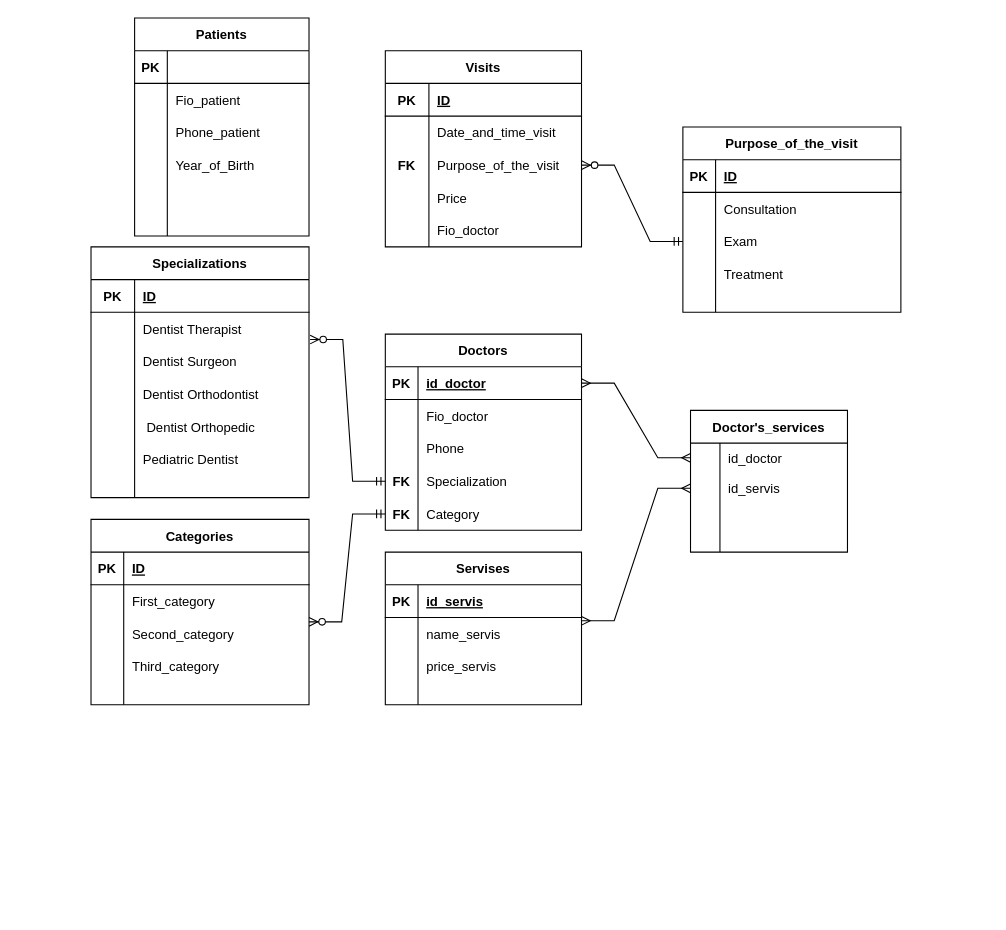
Earlier version of the draw.io diagram stomatology_clinic.drawio (Palych1111/stomatology). Source tidied: cells renumbered, new cells numbered last; positions are measured from the earlier drawing's top-left corner, leaving out a move shared by most shapes. Both pictures are drawn from the tidied source at 109%, with x=0, y=0 at pixel (90, 17).
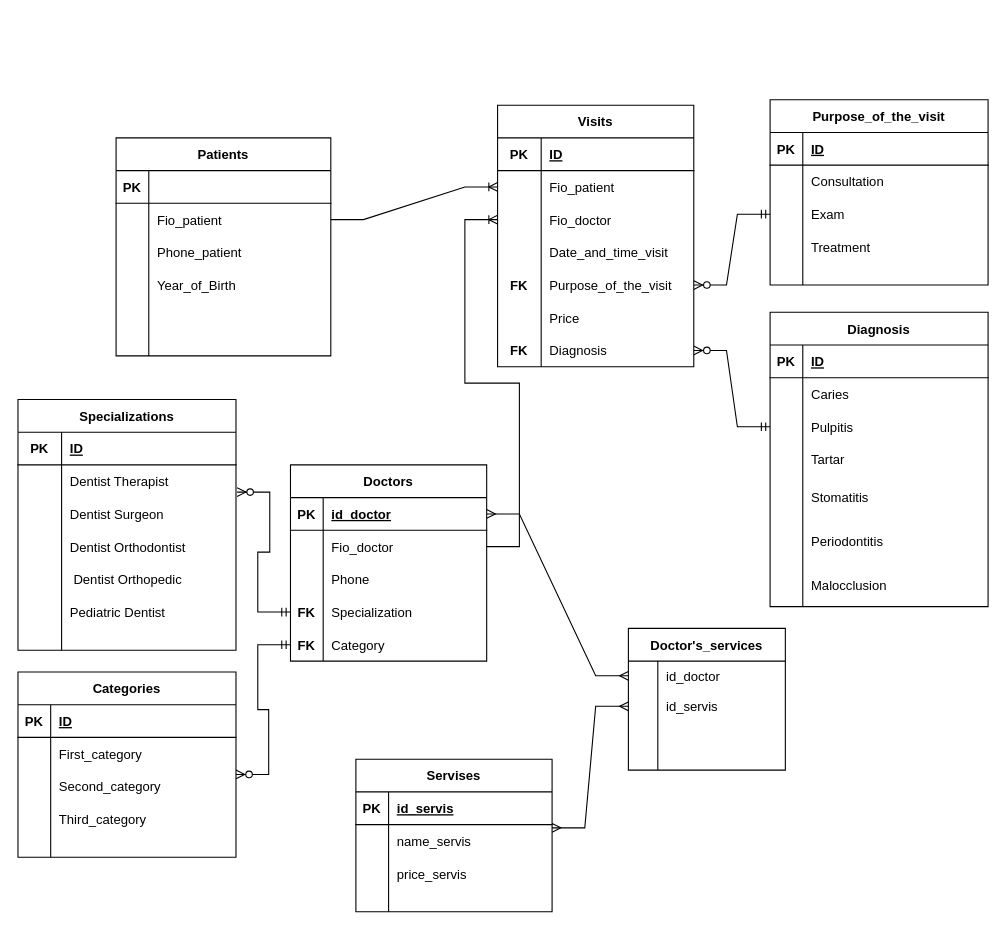
The same page after the edit.

Unchanged cells that the change refers to:
```xml
<mxCell id="22" style="shape=tableRow;horizontal=0;startSize=0;swimlaneHead=0;swimlaneBody=0;fillColor=none;points=[[0,0.5],[1,0.5]];portConstraint=eastwest;top=0;left=0;right=0;bottom=0;" parent="18" vertex="1">
  <mxGeometry y="60" width="180" height="30" as="geometry" />
</mxCell>
```

Diff of the diagram source:
```diff
@@
     <mxCell id="2" value="Visits" style="shape=table;startSize=30;childLayout=tableLayout;rowLines=0;fontStyle=1;align=center;" parent="1" vertex="1">
-      <mxGeometry x="270" y="30" width="180" height="180" as="geometry" />
+      <mxGeometry x="373" y="80" width="180" height="240" as="geometry" />
     </mxCell>
@@
+    <mxCell id="138" style="shape=tableRow;horizontal=0;startSize=0;swimlaneHead=0;swimlaneBody=0;fillColor=none;points=[[0,0.5],[1,0.5]];portConstraint=eastwest;top=0;left=0;right=0;bottom=0;" parent="2" vertex="1">
+      <mxGeometry y="60" width="180" height="30" as="geometry" />
+    </mxCell>
+    <mxCell id="139" style="shape=partialRectangle;fillColor=none;top=0;left=0;bottom=0;right=0;overflow=hidden;" parent="138" vertex="1">
+      <mxGeometry width="40" height="30" as="geometry" />
+    </mxCell>
+    <mxCell id="140" value="Fio_patient" style="shape=partialRectangle;fillColor=none;top=0;left=0;bottom=0;right=0;align=left;spacingLeft=6;overflow=hidden;" parent="138" vertex="1">
+      <mxGeometry x="40" width="140" height="30" as="geometry" />
+    </mxCell>
+    <mxCell id="15" style="shape=tableRow;horizontal=0;startSize=0;swimlaneHead=0;swimlaneBody=0;fillColor=none;points=[[0,0.5],[1,0.5]];portConstraint=eastwest;top=0;left=0;right=0;bottom=0;" parent="2" vertex="1">
+      <mxGeometry y="90" width="180" height="30" as="geometry" />
+    </mxCell>
+    <mxCell id="16" style="shape=partialRectangle;fillColor=none;top=0;left=0;bottom=0;right=0;overflow=hidden;" parent="15" vertex="1">
+      <mxGeometry width="40" height="30" as="geometry" />
+    </mxCell>
+    <mxCell id="17" value="Fio_doctor" style="shape=partialRectangle;fillColor=none;top=0;left=0;bottom=0;right=0;align=left;spacingLeft=6;overflow=hidden;" parent="15" vertex="1">
+      <mxGeometry x="40" width="140" height="30" as="geometry" />
+    </mxCell>
     <mxCell id="6" style="shape=tableRow;horizontal=0;startSize=0;swimlaneHead=0;swimlaneBody=0;fillColor=none;top=0;left=0;right=0;bottom=0;" parent="2" vertex="1">
-      <mxGeometry y="60" width="180" height="30" as="geometry" />
+      <mxGeometry y="120" width="180" height="30" as="geometry" />
     </mxCell>
@@
     <mxCell id="9" style="shape=tableRow;horizontal=0;startSize=0;swimlaneHead=0;swimlaneBody=0;fillColor=none;points=[[0,0.5],[1,0.5]];portConstraint=eastwest;top=0;left=0;right=0;bottom=0;" parent="2" vertex="1">
-      <mxGeometry y="90" width="180" height="30" as="geometry" />
+      <mxGeometry y="150" width="180" height="30" as="geometry" />
     </mxCell>
@@
     <mxCell id="12" style="shape=tableRow;horizontal=0;startSize=0;swimlaneHead=0;swimlaneBody=0;fillColor=none;top=0;left=0;right=0;bottom=0;" parent="2" vertex="1">
-      <mxGeometry y="120" width="180" height="30" as="geometry" />
+      <mxGeometry y="180" width="180" height="30" as="geometry" />
     </mxCell>
@@
-    <mxCell id="15" style="shape=tableRow;horizontal=0;startSize=0;swimlaneHead=0;swimlaneBody=0;fillColor=none;points=[[0,0.5],[1,0.5]];portConstraint=eastwest;top=0;left=0;right=0;bottom=0;" parent="2" vertex="1">
-      <mxGeometry y="150" width="180" height="30" as="geometry" />
-    </mxCell>
-    <mxCell id="16" style="shape=partialRectangle;fillColor=none;top=0;left=0;bottom=0;right=0;overflow=hidden;" parent="15" vertex="1">
-      <mxGeometry width="40" height="30" as="geometry" />
-    </mxCell>
-    <mxCell id="17" value="Fio_doctor" style="shape=partialRectangle;fillColor=none;top=0;left=0;bottom=0;right=0;align=left;spacingLeft=6;overflow=hidden;" parent="15" vertex="1">
-      <mxGeometry x="40" width="140" height="30" as="geometry" />
-    </mxCell>
+    <mxCell id="141" style="shape=tableRow;horizontal=0;startSize=0;swimlaneHead=0;swimlaneBody=0;fillColor=none;points=[[0,0.5],[1,0.5]];portConstraint=eastwest;top=0;left=0;right=0;bottom=0;" parent="2" vertex="1">
+      <mxGeometry y="210" width="180" height="30" as="geometry" />
+    </mxCell>
+    <mxCell id="142" value="FK" style="shape=partialRectangle;fillColor=none;top=0;left=0;bottom=0;right=0;overflow=hidden;fontStyle=1;" parent="141" vertex="1">
+      <mxGeometry width="40" height="30" as="geometry" />
+    </mxCell>
+    <mxCell id="143" value="Diagnosis" style="shape=partialRectangle;fillColor=none;top=0;left=0;bottom=0;right=0;align=left;spacingLeft=6;overflow=hidden;" parent="141" vertex="1">
+      <mxGeometry x="40" width="140" height="30" as="geometry" />
+    </mxCell>
     <mxCell id="18" value="Doctors" style="shape=table;startSize=30;childLayout=tableLayout;rowLines=0;fontStyle=1;align=center;" parent="1" vertex="1">
-      <mxGeometry x="270" y="290" width="180" height="180" as="geometry" />
+      <mxGeometry x="183" y="410" width="180" height="180" as="geometry" />
     </mxCell>
@@
     <mxCell id="34" value="Patients" style="shape=table;startSize=30;childLayout=tableLayout;rowLines=0;fontStyle=1;align=center;" parent="1" vertex="1">
-      <mxGeometry x="40" width="160" height="200" as="geometry" />
+      <mxGeometry x="23" y="110" width="197" height="200" as="geometry" />
     </mxCell>
     <mxCell id="35" style="shape=tableRow;horizontal=0;startSize=0;swimlaneHead=0;swimlaneBody=0;fillColor=none;top=0;left=0;right=0;bottom=1;" parent="34" vertex="1">
-      <mxGeometry y="30" width="160" height="30" as="geometry" />
+      <mxGeometry y="30" width="197" height="30" as="geometry" />
     </mxCell>
@@
     <mxCell id="37" style="shape=partialRectangle;fillColor=none;top=0;left=0;bottom=0;right=0;align=left;spacingLeft=6;fontStyle=5;overflow=hidden;" parent="35" vertex="1">
-      <mxGeometry x="30" width="130" height="30" as="geometry" />
+      <mxGeometry x="30" width="167" height="30" as="geometry" />
     </mxCell>
     <mxCell id="38" style="shape=tableRow;horizontal=0;startSize=0;swimlaneHead=0;swimlaneBody=0;fillColor=none;points=[[0,0.5],[1,0.5]];portConstraint=eastwest;top=0;left=0;right=0;bottom=0;" parent="34" vertex="1">
-      <mxGeometry y="60" width="160" height="30" as="geometry" />
+      <mxGeometry y="60" width="197" height="30" as="geometry" />
     </mxCell>
@@
     <mxCell id="40" value="Fio_patient" style="shape=partialRectangle;fillColor=none;top=0;left=0;bottom=0;right=0;align=left;spacingLeft=6;overflow=hidden;" parent="38" vertex="1">
-      <mxGeometry x="30" width="130" height="30" as="geometry" />
+      <mxGeometry x="30" width="167" height="30" as="geometry" />
     </mxCell>
     <mxCell id="41" style="shape=tableRow;horizontal=0;startSize=0;swimlaneHead=0;swimlaneBody=0;fillColor=none;top=0;left=0;right=0;bottom=0;" parent="34" vertex="1">
-      <mxGeometry y="90" width="160" height="30" as="geometry" />
+      <mxGeometry y="90" width="197" height="30" as="geometry" />
     </mxCell>
@@
     <mxCell id="43" value="Phone_patient" style="shape=partialRectangle;fillColor=none;top=0;left=0;bottom=0;right=0;align=left;spacingLeft=6;overflow=hidden;" parent="41" vertex="1">
-      <mxGeometry x="30" width="130" height="30" as="geometry" />
+      <mxGeometry x="30" width="167" height="30" as="geometry" />
     </mxCell>
     <mxCell id="44" style="shape=tableRow;horizontal=0;startSize=0;swimlaneHead=0;swimlaneBody=0;fillColor=none;top=0;left=0;right=0;bottom=0;" parent="34" vertex="1">
-      <mxGeometry y="120" width="160" height="30" as="geometry" />
+      <mxGeometry y="120" width="197" height="30" as="geometry" />
     </mxCell>
@@
     <mxCell id="46" value="Year_of_Birth" style="shape=partialRectangle;fillColor=none;top=0;left=0;bottom=0;right=0;align=left;spacingLeft=6;overflow=hidden;" parent="44" vertex="1">
-      <mxGeometry x="30" width="130" height="30" as="geometry" />
+      <mxGeometry x="30" width="167" height="30" as="geometry" />
     </mxCell>
     <mxCell id="47" style="shape=tableRow;horizontal=0;startSize=0;swimlaneHead=0;swimlaneBody=0;fillColor=none;top=0;left=0;right=0;bottom=0;" parent="34" vertex="1">
-      <mxGeometry y="150" width="160" height="30" as="geometry" />
+      <mxGeometry y="150" width="197" height="30" as="geometry" />
     </mxCell>
@@
     <mxCell id="49" style="shape=partialRectangle;fillColor=none;top=0;left=0;bottom=0;right=0;align=left;spacingLeft=6;overflow=hidden;" parent="47" vertex="1">
-      <mxGeometry x="30" width="130" height="30" as="geometry" />
+      <mxGeometry x="30" width="167" height="30" as="geometry" />
     </mxCell>
     <mxCell id="50" style="shape=tableRow;horizontal=0;startSize=0;swimlaneHead=0;swimlaneBody=0;fillColor=none;top=0;left=0;right=0;bottom=0;" parent="34" vertex="1">
-      <mxGeometry y="180" width="160" height="20" as="geometry" />
+      <mxGeometry y="180" width="197" height="20" as="geometry" />
     </mxCell>
@@
     <mxCell id="52" style="shape=partialRectangle;fillColor=none;top=0;left=0;bottom=0;right=0;align=left;spacingLeft=6;overflow=hidden;" parent="50" vertex="1">
-      <mxGeometry x="30" width="130" height="20" as="geometry" />
+      <mxGeometry x="30" width="167" height="20" as="geometry" />
     </mxCell>
     <mxCell id="53" value="Servises" style="shape=table;startSize=30;childLayout=tableLayout;rowLines=0;fontStyle=1;align=center;" parent="1" vertex="1">
-      <mxGeometry x="270" y="490" width="180" height="140" as="geometry" />
+      <mxGeometry x="243" y="680" width="180" height="140" as="geometry" />
     </mxCell>
@@
     <mxCell id="66" value="Doctor's_services" style="shape=table;startSize=30;childLayout=tableLayout;rowLines=0;fontStyle=1;align=center;strokeWidth=1;perimeterSpacing=1;shadow=0;rounded=0;columnLines=1;" parent="1" vertex="1">
-      <mxGeometry x="550" y="360" width="144" height="130" as="geometry" />
+      <mxGeometry x="493" y="560" width="144" height="130" as="geometry" />
     </mxCell>
@@
     <mxCell id="81" value="Specializations" style="shape=table;startSize=30;childLayout=tableLayout;rowLines=0;fontStyle=1;align=center;" parent="1" vertex="1">
-      <mxGeometry y="210" width="200" height="230" as="geometry" />
+      <mxGeometry x="-67" y="350" width="200" height="230" as="geometry" />
     </mxCell>
@@
     <mxCell id="104" value="Categories" style="shape=table;startSize=30;childLayout=tableLayout;rowLines=0;fontStyle=1;align=center;" parent="1" vertex="1">
-      <mxGeometry y="460" width="200" height="170" as="geometry" />
+      <mxGeometry x="-67" y="600" width="200" height="170" as="geometry" />
     </mxCell>
@@
     <mxCell id="121" value="Purpose_of_the_visit" style="shape=table;startSize=30;childLayout=tableLayout;rowLines=0;fontStyle=1;align=center;" parent="1" vertex="1">
-      <mxGeometry x="543" y="100" width="200" height="170" as="geometry" />
+      <mxGeometry x="623" y="75" width="200" height="170" as="geometry" />
     </mxCell>
@@
+    <mxCell id="144" value="Diagnosis" style="shape=table;startSize=30;childLayout=tableLayout;rowLines=0;fontStyle=1;align=center;" parent="1" vertex="1">
+      <mxGeometry x="623" y="270" width="200" height="270" as="geometry" />
+    </mxCell>
+    <mxCell id="145" style="shape=tableRow;horizontal=0;startSize=0;swimlaneHead=0;swimlaneBody=0;fillColor=none;top=0;left=0;right=0;bottom=1;" parent="144" vertex="1">
+      <mxGeometry y="30" width="200" height="30" as="geometry" />
+    </mxCell>
+    <mxCell id="146" value="PK" style="shape=partialRectangle;fillColor=none;top=0;left=0;bottom=0;right=0;fontStyle=1;overflow=hidden;" parent="145" vertex="1">
+      <mxGeometry width="30" height="30" as="geometry" />
+    </mxCell>
+    <mxCell id="147" value="ID" style="shape=partialRectangle;fillColor=none;top=0;left=0;bottom=0;right=0;align=left;spacingLeft=6;fontStyle=5;overflow=hidden;" parent="145" vertex="1">
+      <mxGeometry x="30" width="170" height="30" as="geometry" />
+    </mxCell>
+    <mxCell id="148" style="shape=tableRow;horizontal=0;startSize=0;swimlaneHead=0;swimlaneBody=0;fillColor=none;top=0;left=0;right=0;bottom=0;" parent="144" vertex="1">
+      <mxGeometry y="60" width="200" height="30" as="geometry" />
+    </mxCell>
+    <mxCell id="149" style="shape=partialRectangle;fillColor=none;top=0;left=0;bottom=0;right=0;overflow=hidden;" parent="148" vertex="1">
+      <mxGeometry width="30" height="30" as="geometry" />
+    </mxCell>
+    <mxCell id="150" value="Caries" style="shape=partialRectangle;fillColor=none;top=0;left=0;bottom=0;right=0;align=left;spacingLeft=6;overflow=hidden;" parent="148" vertex="1">
+      <mxGeometry x="30" width="170" height="30" as="geometry" />
+    </mxCell>
+    <mxCell id="151" style="shape=tableRow;horizontal=0;startSize=0;swimlaneHead=0;swimlaneBody=0;fillColor=none;points=[[0,0.5],[1,0.5]];portConstraint=eastwest;top=0;left=0;right=0;bottom=0;" parent="144" vertex="1">
+      <mxGeometry y="90" width="200" height="30" as="geometry" />
+    </mxCell>
+    <mxCell id="152" style="shape=partialRectangle;fillColor=none;top=0;left=0;bottom=0;right=0;overflow=hidden;" parent="151" vertex="1">
+      <mxGeometry width="30" height="30" as="geometry" />
+    </mxCell>
+    <mxCell id="153" value="Pulpitis" style="shape=partialRectangle;fillColor=none;top=0;left=0;bottom=0;right=0;align=left;spacingLeft=6;overflow=hidden;" parent="151" vertex="1">
+      <mxGeometry x="30" width="170" height="30" as="geometry" />
+    </mxCell>
+    <mxCell id="154" style="shape=tableRow;horizontal=0;startSize=0;swimlaneHead=0;swimlaneBody=0;fillColor=none;top=0;left=0;right=0;bottom=0;" parent="144" vertex="1">
+      <mxGeometry y="120" width="200" height="30" as="geometry" />
+    </mxCell>
+    <mxCell id="155" style="shape=partialRectangle;fillColor=none;top=0;left=0;bottom=0;right=0;overflow=hidden;" parent="154" vertex="1">
+      <mxGeometry width="30" height="30" as="geometry" />
+    </mxCell>
+    <mxCell id="156" value="Tartar" style="shape=partialRectangle;fillColor=none;top=0;left=0;bottom=0;right=0;align=left;spacingLeft=6;overflow=hidden;" parent="154" vertex="1">
+      <mxGeometry x="30" width="170" height="30" as="geometry" />
+    </mxCell>
+    <mxCell id="157" style="shape=tableRow;horizontal=0;startSize=0;swimlaneHead=0;swimlaneBody=0;fillColor=none;top=0;left=0;right=0;bottom=0;" parent="144" vertex="1">
+      <mxGeometry y="150" width="200" height="40" as="geometry" />
+    </mxCell>
+    <mxCell id="158" style="shape=partialRectangle;fillColor=none;top=0;left=0;bottom=0;right=0;overflow=hidden;" parent="157" vertex="1">
+      <mxGeometry width="30" height="40" as="geometry" />
+    </mxCell>
+    <mxCell id="159" value="Stomatitis" style="shape=partialRectangle;fillColor=none;top=0;left=0;bottom=0;right=0;align=left;spacingLeft=6;overflow=hidden;" parent="157" vertex="1">
+      <mxGeometry x="30" width="170" height="40" as="geometry" />
+    </mxCell>
+    <mxCell id="160" style="shape=tableRow;horizontal=0;startSize=0;swimlaneHead=0;swimlaneBody=0;fillColor=none;top=0;left=0;right=0;bottom=0;" parent="144" vertex="1">
+      <mxGeometry y="190" width="200" height="40" as="geometry" />
+    </mxCell>
+    <mxCell id="161" style="shape=partialRectangle;fillColor=none;top=0;left=0;bottom=0;right=0;overflow=hidden;" parent="160" vertex="1">
+      <mxGeometry width="30" height="40" as="geometry" />
+    </mxCell>
+    <mxCell id="162" value="Periodontitis" style="shape=partialRectangle;fillColor=none;top=0;left=0;bottom=0;right=0;align=left;spacingLeft=6;overflow=hidden;" parent="160" vertex="1">
+      <mxGeometry x="30" width="170" height="40" as="geometry" />
+    </mxCell>
+    <mxCell id="163" style="shape=tableRow;horizontal=0;startSize=0;swimlaneHead=0;swimlaneBody=0;fillColor=none;top=0;left=0;right=0;bottom=0;" parent="144" vertex="1">
+      <mxGeometry y="230" width="200" height="40" as="geometry" />
+    </mxCell>
+    <mxCell id="164" style="shape=partialRectangle;fillColor=none;top=0;left=0;bottom=0;right=0;overflow=hidden;" parent="163" vertex="1">
+      <mxGeometry width="30" height="40" as="geometry" />
+    </mxCell>
+    <mxCell id="165" value="Malocclusion" style="shape=partialRectangle;fillColor=none;top=0;left=0;bottom=0;right=0;align=left;spacingLeft=6;overflow=hidden;" parent="163" vertex="1">
+      <mxGeometry x="30" width="170" height="40" as="geometry" />
+    </mxCell>
+    <mxCell id="166" style="edgeStyle=entityRelationEdgeStyle;fontSize=12;html=1;endArrow=ERzeroToMany;startArrow=ERmandOne;rounded=0;entryX=1;entryY=0.5;entryDx=0;entryDy=0;exitX=0;exitY=0.5;exitDx=0;exitDy=0;" parent="1" edge="1" source="151" target="141">
+      <mxGeometry relative="1" as="geometry" />
+    </mxCell>
+    <mxCell id="167" style="edgeStyle=entityRelationEdgeStyle;fontSize=12;html=1;endArrow=ERoneToMany;rounded=0;entryX=0;entryY=0.5;entryDx=0;entryDy=0;exitX=1;exitY=0.5;exitDx=0;exitDy=0;" parent="1" edge="1" source="38" target="138">
+      <mxGeometry relative="1" as="geometry" />
+    </mxCell>
+    <mxCell id="168" style="edgeStyle=entityRelationEdgeStyle;fontSize=12;html=1;endArrow=ERoneToMany;rounded=0;entryX=0;entryY=0.5;entryDx=0;entryDy=0;exitX=1;exitY=0.5;exitDx=0;exitDy=0;" parent="1" edge="1" source="22" target="15">
+      <mxGeometry relative="1" as="geometry" />
+    </mxCell>
```
